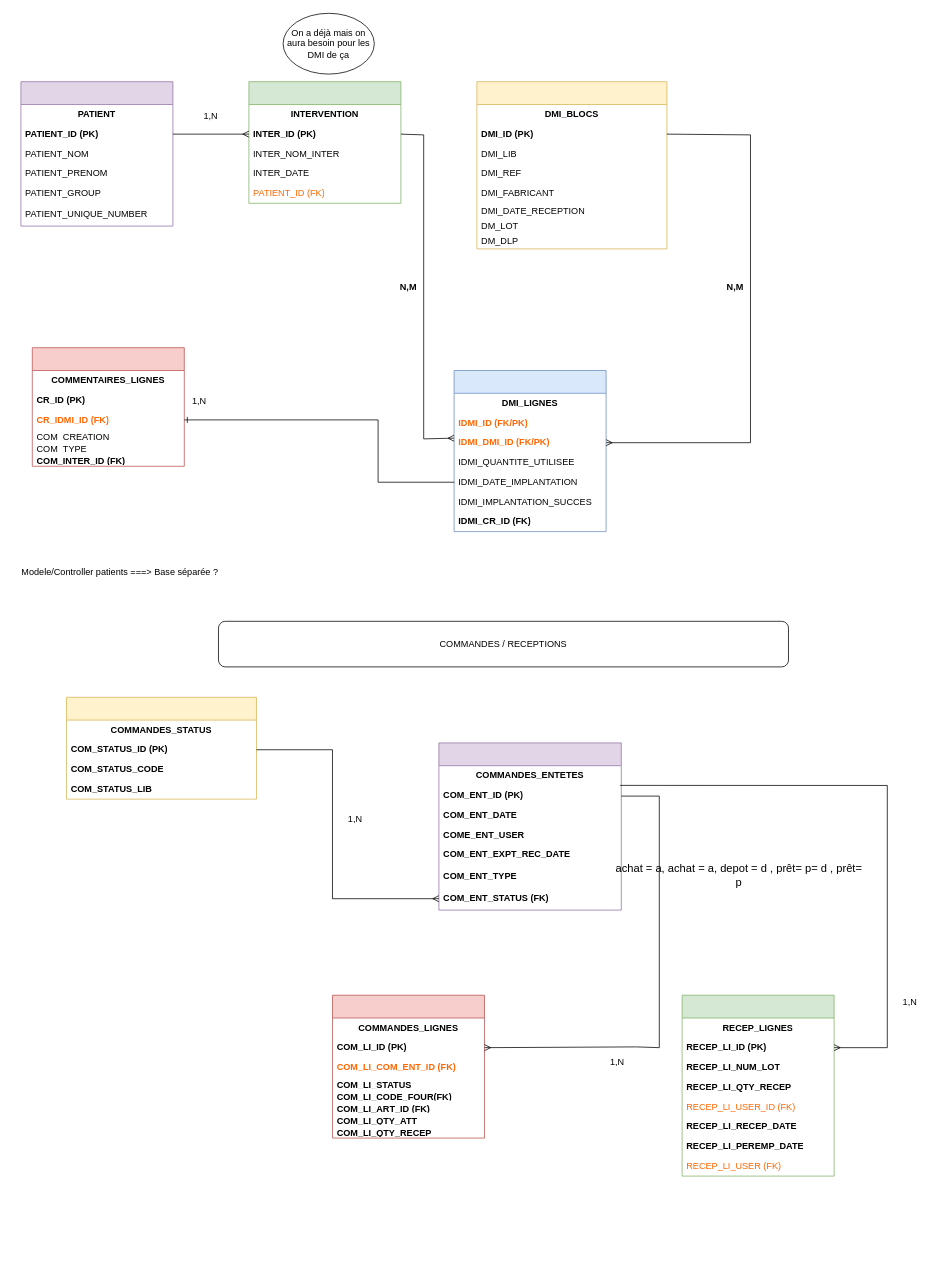
The draw.io diagram schema_reception.drawio in antikkorps/schema_reception, before the edit. Source tidied: cells renumbered, new cells numbered last; positions are measured from the earlier drawing's top-left corner, leaving out a move shared by most shapes. Both pictures are drawn from the tidied source at 76%, with x=0, y=0 at pixel (13, 13).
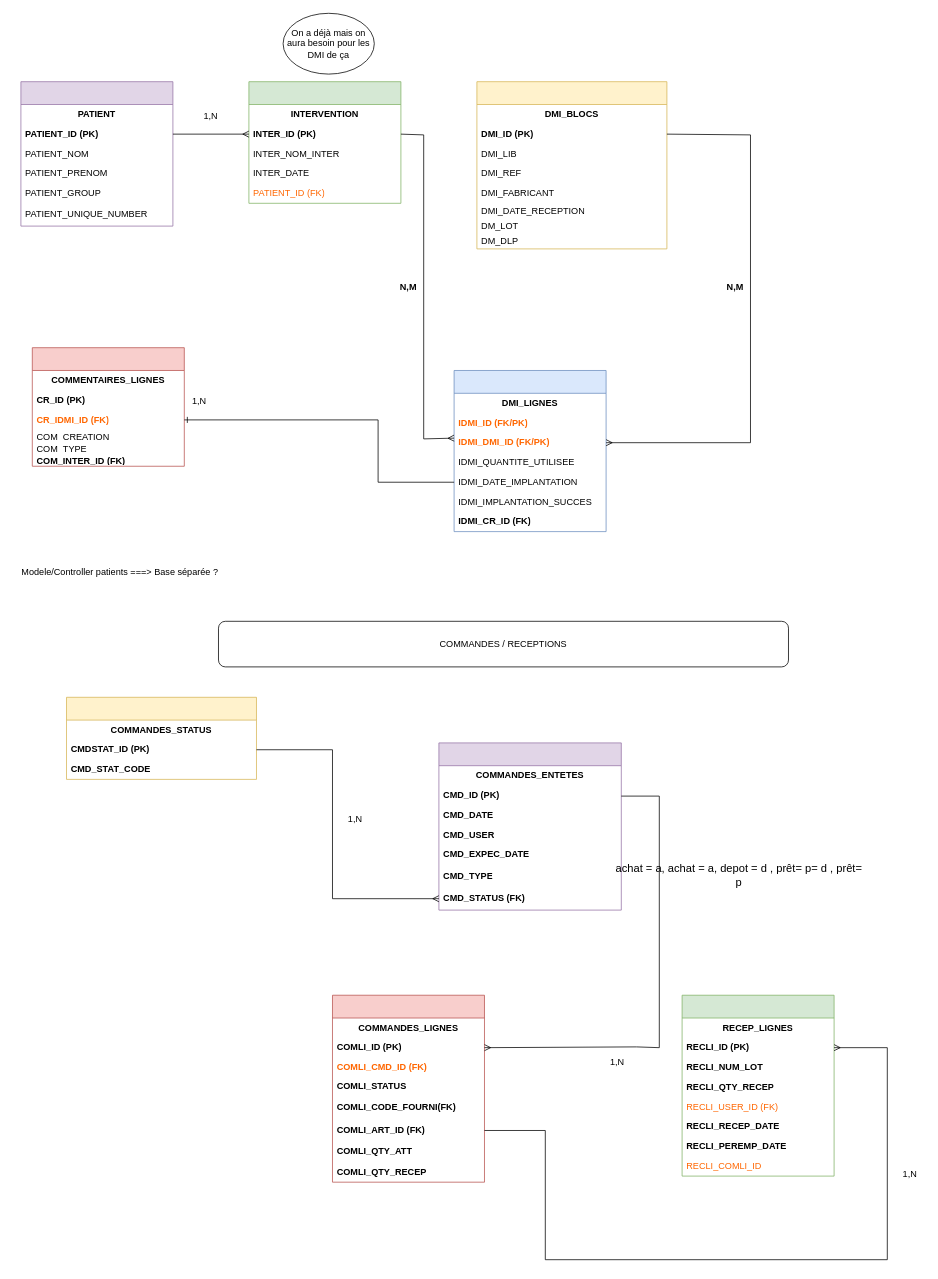
Above is the later version.

Commit message:
Mettre à jour schema_reception.drawio

The change refers to these unchanged cells:
```xml
<mxCell id="49" style="swimlane;fontStyle=0;horizontal=1;startSize=30;whiteSpace=wrap;html=1;fillColor=#e1d5e7;strokeColor=#9673a6;rounded=0;" parent="1" vertex="1">
  <mxGeometry x="560" y="960" width="240" height="220" as="geometry" />
</mxCell>
<mxCell id="57" style="swimlane;fontStyle=0;horizontal=1;startSize=30;whiteSpace=wrap;html=1;fillColor=#d5e8d4;strokeColor=#82b366;rounded=0;" parent="1" vertex="1">
  <mxGeometry x="880" y="1292" width="200" height="238" as="geometry" />
</mxCell>
```

Diff of the diagram source:
```diff
@@
-    <mxCell id="51" value="COM_ENT_ID (PK)" style="text;strokeColor=none;fillColor=none;align=left;verticalAlign=middle;spacingLeft=4;spacingRight=4;overflow=hidden;points=[[0,0.5],[1,0.5]];portConstraint=eastwest;whiteSpace=wrap;html=1;fontStyle=1;rounded=0;" parent="49" vertex="1">
+    <mxCell id="51" value="CMD_ID (PK)" style="text;strokeColor=none;fillColor=none;align=left;verticalAlign=middle;spacingLeft=4;spacingRight=4;overflow=hidden;points=[[0,0.5],[1,0.5]];portConstraint=eastwest;whiteSpace=wrap;html=1;fontStyle=1;rounded=0;" parent="49" vertex="1">
       <mxGeometry y="56" width="240" height="26" as="geometry" />
     </mxCell>
-    <mxCell id="52" value="&lt;span style=&quot;font-weight: 700;&quot;&gt;COM_ENT_DATE&lt;/span&gt;" style="text;strokeColor=none;fillColor=none;align=left;verticalAlign=middle;spacingLeft=4;spacingRight=4;overflow=hidden;whiteSpace=wrap;html=1;rounded=0;" parent="49" vertex="1">
+    <mxCell id="52" value="&lt;span style=&quot;font-weight: 700;&quot;&gt;CMD_DATE&lt;/span&gt;" style="text;strokeColor=none;fillColor=none;align=left;verticalAlign=middle;spacingLeft=4;spacingRight=4;overflow=hidden;whiteSpace=wrap;html=1;rounded=0;" parent="49" vertex="1">
       <mxGeometry y="82" width="240" height="26" as="geometry" />
     </mxCell>
-    <mxCell id="53" value="COME_ENT_USER" style="text;strokeColor=none;fillColor=none;align=left;verticalAlign=middle;spacingLeft=4;spacingRight=4;overflow=hidden;whiteSpace=wrap;html=1;rounded=0;fontStyle=1;" parent="49" vertex="1">
+    <mxCell id="53" value="CMD_USER" style="text;strokeColor=none;fillColor=none;align=left;verticalAlign=middle;spacingLeft=4;spacingRight=4;overflow=hidden;whiteSpace=wrap;html=1;rounded=0;fontStyle=1;" parent="49" vertex="1">
       <mxGeometry y="108" width="240" height="26" as="geometry" />
     </mxCell>
-    <mxCell id="54" value="&lt;span style=&quot;font-weight: 700;&quot;&gt;COM_ENT_EXPT_REC_DATE&lt;/span&gt;" style="text;strokeColor=none;fillColor=none;align=left;verticalAlign=middle;spacingLeft=4;spacingRight=4;overflow=hidden;whiteSpace=wrap;html=1;rounded=0;" parent="49" vertex="1">
+    <mxCell id="54" value="&lt;span style=&quot;font-weight: 700;&quot;&gt;CMD_EXPEC_DATE&lt;/span&gt;" style="text;strokeColor=none;fillColor=none;align=left;verticalAlign=middle;spacingLeft=4;spacingRight=4;overflow=hidden;whiteSpace=wrap;html=1;rounded=0;" parent="49" vertex="1">
       <mxGeometry y="134" width="240" height="26" as="geometry" />
     </mxCell>
-    <mxCell id="55" value="&lt;span style=&quot;font-weight: 700;&quot;&gt;COM_ENT_TYPE&lt;/span&gt;" style="text;strokeColor=none;fillColor=none;align=left;verticalAlign=middle;spacingLeft=4;spacingRight=4;overflow=hidden;whiteSpace=wrap;html=1;rounded=0;" parent="49" vertex="1">
+    <mxCell id="55" value="&lt;span style=&quot;font-weight: 700;&quot;&gt;CMD_TYPE&lt;/span&gt;" style="text;strokeColor=none;fillColor=none;align=left;verticalAlign=middle;spacingLeft=4;spacingRight=4;overflow=hidden;whiteSpace=wrap;html=1;rounded=0;" parent="49" vertex="1">
       <mxGeometry y="160" width="240" height="30" as="geometry" />
     </mxCell>
-    <mxCell id="56" value="&lt;font style=&quot;color: light-dark(rgb(0, 0, 0), rgb(255, 128, 0));&quot;&gt;&lt;b&gt;COM_ENT_STATUS (FK)&lt;/b&gt;&lt;/font&gt;" style="text;strokeColor=none;fillColor=none;align=left;verticalAlign=middle;spacingLeft=4;spacingRight=4;overflow=hidden;points=[[0,0.5],[1,0.5]];portConstraint=eastwest;whiteSpace=wrap;html=1;rounded=0;" parent="49" vertex="1">
+    <mxCell id="56" value="&lt;font style=&quot;color: light-dark(rgb(0, 0, 0), rgb(255, 128, 0));&quot;&gt;&lt;b&gt;CMD_STATUS (FK)&lt;/b&gt;&lt;/font&gt;" style="text;strokeColor=none;fillColor=none;align=left;verticalAlign=middle;spacingLeft=4;spacingRight=4;overflow=hidden;points=[[0,0.5],[1,0.5]];portConstraint=eastwest;whiteSpace=wrap;html=1;rounded=0;" parent="49" vertex="1">
       <mxGeometry y="190" width="240" height="30" as="geometry" />
     </mxCell>
@@
-    <mxCell id="59" value="RECEP_LI_ID (PK)" style="text;strokeColor=none;fillColor=none;align=left;verticalAlign=middle;spacingLeft=4;spacingRight=4;overflow=hidden;points=[[0,0.5],[1,0.5]];portConstraint=eastwest;whiteSpace=wrap;html=1;fontStyle=1;rounded=0;" parent="57" vertex="1">
+    <mxCell id="59" value="RECLI_ID (PK)" style="text;strokeColor=none;fillColor=none;align=left;verticalAlign=middle;spacingLeft=4;spacingRight=4;overflow=hidden;points=[[0,0.5],[1,0.5]];portConstraint=eastwest;whiteSpace=wrap;html=1;fontStyle=1;rounded=0;" parent="57" vertex="1">
       <mxGeometry y="56" width="200" height="26" as="geometry" />
     </mxCell>
-    <mxCell id="60" value="RECEP_LI_NUM_LOT" style="text;strokeColor=none;fillColor=none;align=left;verticalAlign=middle;spacingLeft=4;spacingRight=4;overflow=hidden;whiteSpace=wrap;html=1;rounded=0;fontStyle=1;" parent="57" vertex="1">
+    <mxCell id="60" value="RECLI_NUM_LOT" style="text;strokeColor=none;fillColor=none;align=left;verticalAlign=middle;spacingLeft=4;spacingRight=4;overflow=hidden;whiteSpace=wrap;html=1;rounded=0;fontStyle=1;" parent="57" vertex="1">
       <mxGeometry y="82" width="200" height="26" as="geometry" />
     </mxCell>
-    <mxCell id="61" value="RECEP_LI_QTY_RECEP" style="text;strokeColor=none;fillColor=none;align=left;verticalAlign=middle;spacingLeft=4;spacingRight=4;overflow=hidden;whiteSpace=wrap;html=1;rounded=0;fontStyle=1;" parent="57" vertex="1">
+    <mxCell id="61" value="RECLI_QTY_RECEP" style="text;strokeColor=none;fillColor=none;align=left;verticalAlign=middle;spacingLeft=4;spacingRight=4;overflow=hidden;whiteSpace=wrap;html=1;rounded=0;fontStyle=1;" parent="57" vertex="1">
       <mxGeometry y="108" width="200" height="26" as="geometry" />
     </mxCell>
-    <mxCell id="62" value="RECEP_LI_USER_ID (FK)" style="text;strokeColor=none;fillColor=none;align=left;verticalAlign=middle;spacingLeft=4;spacingRight=4;overflow=hidden;whiteSpace=wrap;html=1;fontColor=#FF6600;rounded=0;" parent="57" vertex="1">
+    <mxCell id="62" value="RECLI_USER_ID (FK)" style="text;strokeColor=none;fillColor=none;align=left;verticalAlign=middle;spacingLeft=4;spacingRight=4;overflow=hidden;whiteSpace=wrap;html=1;fontColor=#FF6600;rounded=0;" parent="57" vertex="1">
       <mxGeometry y="134" width="200" height="26" as="geometry" />
     </mxCell>
-    <mxCell id="63" value="&lt;font style=&quot;color: light-dark(rgb(0, 0, 0), rgb(255, 255, 255));&quot;&gt;RECEP_LI_RECEP_DATE&lt;/font&gt;" style="text;strokeColor=none;fillColor=none;align=left;verticalAlign=middle;spacingLeft=4;spacingRight=4;overflow=hidden;whiteSpace=wrap;html=1;fontColor=#FF6600;rounded=0;fontStyle=1;" parent="57" vertex="1">
+    <mxCell id="63" value="&lt;font style=&quot;color: light-dark(rgb(0, 0, 0), rgb(255, 255, 255));&quot;&gt;RECLI_RECEP_DATE&lt;/font&gt;" style="text;strokeColor=none;fillColor=none;align=left;verticalAlign=middle;spacingLeft=4;spacingRight=4;overflow=hidden;whiteSpace=wrap;html=1;fontColor=#FF6600;rounded=0;fontStyle=1;" parent="57" vertex="1">
       <mxGeometry y="160" width="200" height="26" as="geometry" />
     </mxCell>
-    <mxCell id="64" value="&lt;font style=&quot;color: light-dark(rgb(0, 0, 0), rgb(255, 255, 255));&quot;&gt;RECEP_LI_PEREMP_DATE&lt;/font&gt;" style="text;strokeColor=none;fillColor=none;align=left;verticalAlign=middle;spacingLeft=4;spacingRight=4;overflow=hidden;whiteSpace=wrap;html=1;fontColor=#FF6600;rounded=0;fontStyle=1;" parent="57" vertex="1">
+    <mxCell id="64" value="&lt;font style=&quot;color: light-dark(rgb(0, 0, 0), rgb(255, 255, 255));&quot;&gt;RECLI_PEREMP_DATE&lt;/font&gt;" style="text;strokeColor=none;fillColor=none;align=left;verticalAlign=middle;spacingLeft=4;spacingRight=4;overflow=hidden;whiteSpace=wrap;html=1;fontColor=#FF6600;rounded=0;fontStyle=1;" parent="57" vertex="1">
       <mxGeometry y="186" width="200" height="26" as="geometry" />
     </mxCell>
-    <mxCell id="65" value="RECEP_LI_USER (FK)" style="text;strokeColor=none;fillColor=none;align=left;verticalAlign=middle;spacingLeft=4;spacingRight=4;overflow=hidden;whiteSpace=wrap;html=1;fontColor=#FF6600;rounded=0;" parent="57" vertex="1">
-      <mxGeometry y="212" width="200" height="26" as="geometry" />
-    </mxCell>
+    <mxCell id="88" value="RECLI_COMLI_ID" style="text;strokeColor=none;fillColor=none;align=left;verticalAlign=middle;spacingLeft=4;spacingRight=4;overflow=hidden;whiteSpace=wrap;html=1;fontColor=#FF6600;rounded=0;" parent="57" vertex="1">
+      <mxGeometry y="212" width="200" height="26" as="geometry" />
+    </mxCell>
     <mxCell id="66" style="swimlane;fontStyle=0;horizontal=1;startSize=30;whiteSpace=wrap;html=1;fillColor=#fff2cc;strokeColor=#d6b656;rounded=0;" parent="1" vertex="1">
-      <mxGeometry x="70" y="900" width="250" height="134" as="geometry" />
+      <mxGeometry x="70" y="900" width="250" height="108" as="geometry" />
     </mxCell>
@@
-    <mxCell id="68" value="COM_STATUS_ID (PK)" style="text;strokeColor=none;fillColor=none;align=left;verticalAlign=middle;spacingLeft=4;spacingRight=4;overflow=hidden;points=[[0,0.5],[1,0.5]];portConstraint=eastwest;whiteSpace=wrap;html=1;fontStyle=1;rounded=0;" parent="66" vertex="1">
+    <mxCell id="68" value="CMDSTAT_ID (PK)" style="text;strokeColor=none;fillColor=none;align=left;verticalAlign=middle;spacingLeft=4;spacingRight=4;overflow=hidden;points=[[0,0.5],[1,0.5]];portConstraint=eastwest;whiteSpace=wrap;html=1;fontStyle=1;rounded=0;" parent="66" vertex="1">
       <mxGeometry y="56" width="250" height="26" as="geometry" />
     </mxCell>
-    <mxCell id="69" value="&lt;b&gt;COM_STATUS_CODE&lt;/b&gt;" style="text;strokeColor=none;fillColor=none;align=left;verticalAlign=middle;spacingLeft=4;spacingRight=4;overflow=hidden;whiteSpace=wrap;html=1;rounded=0;" parent="66" vertex="1">
+    <mxCell id="69" value="&lt;b&gt;CMD_STAT_CODE&lt;/b&gt;" style="text;strokeColor=none;fillColor=none;align=left;verticalAlign=middle;spacingLeft=4;spacingRight=4;overflow=hidden;whiteSpace=wrap;html=1;rounded=0;" parent="66" vertex="1">
       <mxGeometry y="82" width="250" height="26" as="geometry" />
     </mxCell>
-    <mxCell id="70" value="COM_STATUS_LIB" style="text;strokeColor=none;fillColor=none;align=left;verticalAlign=middle;spacingLeft=4;spacingRight=4;overflow=hidden;whiteSpace=wrap;html=1;rounded=0;fontStyle=1;" parent="66" vertex="1">
-      <mxGeometry y="108" width="250" height="26" as="geometry" />
-    </mxCell>
     <mxCell id="71" style="swimlane;fontStyle=0;horizontal=1;startSize=30;whiteSpace=wrap;html=1;fillColor=#f8cecc;strokeColor=#b85450;rounded=0;" parent="1" vertex="1">
-      <mxGeometry x="420" y="1292" width="200" height="188" as="geometry" />
+      <mxGeometry x="420" y="1292" width="200" height="246" as="geometry" />
     </mxCell>
@@
-    <mxCell id="73" value="COM_LI_ID (PK)" style="text;strokeColor=none;fillColor=none;align=left;verticalAlign=middle;spacingLeft=4;spacingRight=4;overflow=hidden;points=[[0,0.5],[1,0.5]];portConstraint=eastwest;whiteSpace=wrap;html=1;fontStyle=1;rounded=0;" parent="71" vertex="1">
+    <mxCell id="73" value="COMLI_ID (PK)" style="text;strokeColor=none;fillColor=none;align=left;verticalAlign=middle;spacingLeft=4;spacingRight=4;overflow=hidden;points=[[0,0.5],[1,0.5]];portConstraint=eastwest;whiteSpace=wrap;html=1;fontStyle=1;rounded=0;" parent="71" vertex="1">
       <mxGeometry y="56" width="200" height="26" as="geometry" />
     </mxCell>
-    <mxCell id="74" value="&lt;b&gt;COM_LI_COM_ENT_ID (FK)&lt;/b&gt;" style="text;strokeColor=none;fillColor=none;align=left;verticalAlign=middle;spacingLeft=4;spacingRight=4;overflow=hidden;whiteSpace=wrap;html=1;fontColor=#FF6600;rounded=0;" parent="71" vertex="1">
+    <mxCell id="74" value="&lt;b&gt;COMLI_CMD_ID (FK)&lt;/b&gt;" style="text;strokeColor=none;fillColor=none;align=left;verticalAlign=middle;spacingLeft=4;spacingRight=4;overflow=hidden;whiteSpace=wrap;html=1;fontColor=#FF6600;rounded=0;" parent="71" vertex="1">
       <mxGeometry y="82" width="200" height="26" as="geometry" />
     </mxCell>
-    <mxCell id="75" value="&lt;span style=&quot;font-weight: 700;&quot;&gt;COM_LI_STATUS&lt;/span&gt;" style="text;strokeColor=none;fillColor=none;align=left;verticalAlign=middle;spacingLeft=4;spacingRight=4;overflow=hidden;whiteSpace=wrap;html=1;rounded=0;" parent="71" vertex="1">
-      <mxGeometry y="108" width="200" height="16" as="geometry" />
+    <mxCell id="75" value="&lt;span style=&quot;font-weight: 700;&quot;&gt;COMLI_STATUS&lt;/span&gt;" style="text;strokeColor=none;fillColor=none;align=left;verticalAlign=middle;spacingLeft=4;spacingRight=4;overflow=hidden;whiteSpace=wrap;html=1;rounded=0;" parent="71" vertex="1">
+      <mxGeometry y="108" width="200" height="24" as="geometry" />
     </mxCell>
-    <mxCell id="76" value="&lt;span style=&quot;font-weight: 700;&quot;&gt;&lt;font style=&quot;color: light-dark(rgb(0, 0, 0), rgb(255, 128, 0));&quot;&gt;COM_LI_CODE_FOUR(FK)&lt;/font&gt;&lt;/span&gt;" style="text;strokeColor=none;fillColor=none;align=left;verticalAlign=middle;spacingLeft=4;spacingRight=4;overflow=hidden;whiteSpace=wrap;html=1;rounded=0;" parent="71" vertex="1">
-      <mxGeometry y="124" width="200" height="16" as="geometry" />
+    <mxCell id="76" value="&lt;span style=&quot;font-weight: 700;&quot;&gt;&lt;font style=&quot;color: light-dark(rgb(0, 0, 0), rgb(255, 128, 0));&quot;&gt;COMLI_CODE_FOURNI(FK)&lt;/font&gt;&lt;/span&gt;" style="text;strokeColor=none;fillColor=none;align=left;verticalAlign=middle;spacingLeft=4;spacingRight=4;overflow=hidden;whiteSpace=wrap;html=1;rounded=0;" parent="71" vertex="1">
+      <mxGeometry y="132" width="200" height="32" as="geometry" />
     </mxCell>
-    <mxCell id="77" value="&lt;font style=&quot;color: light-dark(rgb(0, 0, 0), rgb(255, 128, 0));&quot;&gt;&lt;b&gt;COM_LI_ART_ID (FK)&lt;/b&gt;&lt;/font&gt;" style="text;strokeColor=none;fillColor=none;align=left;verticalAlign=middle;spacingLeft=4;spacingRight=4;overflow=hidden;points=[[0,0.5],[1,0.5]];portConstraint=eastwest;whiteSpace=wrap;html=1;rounded=0;" parent="71" vertex="1">
-      <mxGeometry y="140" width="200" height="16" as="geometry" />
+    <mxCell id="77" value="&lt;font style=&quot;color: light-dark(rgb(0, 0, 0), rgb(255, 128, 0));&quot;&gt;&lt;b&gt;COMLI_ART_ID (FK)&lt;/b&gt;&lt;/font&gt;" style="text;strokeColor=none;fillColor=none;align=left;verticalAlign=middle;spacingLeft=4;spacingRight=4;overflow=hidden;points=[[0,0.5],[1,0.5]];portConstraint=eastwest;whiteSpace=wrap;html=1;rounded=0;" parent="71" vertex="1">
+      <mxGeometry y="164" width="200" height="28" as="geometry" />
     </mxCell>
-    <mxCell id="78" value="COM_LI_QTY_ATT" style="text;strokeColor=none;fillColor=none;align=left;verticalAlign=middle;spacingLeft=4;spacingRight=4;overflow=hidden;whiteSpace=wrap;html=1;rounded=0;fontStyle=1;" parent="71" vertex="1">
-      <mxGeometry y="156" width="200" height="16" as="geometry" />
+    <mxCell id="78" value="COMLI_QTY_ATT" style="text;strokeColor=none;fillColor=none;align=left;verticalAlign=middle;spacingLeft=4;spacingRight=4;overflow=hidden;whiteSpace=wrap;html=1;rounded=0;fontStyle=1;" parent="71" vertex="1">
+      <mxGeometry y="192" width="200" height="28" as="geometry" />
     </mxCell>
-    <mxCell id="79" value="COM_LI_QTY_RECEP" style="text;strokeColor=none;fillColor=none;align=left;verticalAlign=middle;spacingLeft=4;spacingRight=4;overflow=hidden;whiteSpace=wrap;html=1;rounded=0;fontStyle=1;" parent="71" vertex="1">
-      <mxGeometry y="172" width="200" height="16" as="geometry" />
+    <mxCell id="79" value="COMLI_QTY_RECEP" style="text;strokeColor=none;fillColor=none;align=left;verticalAlign=middle;spacingLeft=4;spacingRight=4;overflow=hidden;whiteSpace=wrap;html=1;rounded=0;fontStyle=1;" parent="71" vertex="1">
+      <mxGeometry y="220" width="200" height="26" as="geometry" />
     </mxCell>
@@
-    <mxCell id="85" style="endArrow=ERmany;html=1;rounded=0;exitX=0.994;exitY=-0.004;exitDx=0;exitDy=0;exitPerimeter=0;" parent="1" edge="1" source="51" target="59">
+    <mxCell id="85" style="endArrow=ERmany;html=1;rounded=0;exitX=1;exitY=0.5;exitDx=0;exitDy=0;" parent="1" edge="1" source="77" target="59">
       <mxGeometry relative="1" as="geometry">
         <Array as="points">
-          <mxPoint x="1150" y="1016" />
+          <mxPoint x="700" y="1470" />
+          <mxPoint x="700" y="1640" />
+          <mxPoint x="1150" y="1640" />
           <mxPoint x="1150" y="1361" />
         </Array>
       </mxGeometry>
     </mxCell>
     <mxCell id="86" value="1,N" style="text;html=1;align=center;verticalAlign=middle;whiteSpace=wrap;rounded=0;" parent="1" vertex="1">
-      <mxGeometry x="1160" y="1292" width="40" height="20" as="geometry" />
+      <mxGeometry x="1160" y="1518" width="40" height="20" as="geometry" />
     </mxCell>
```
